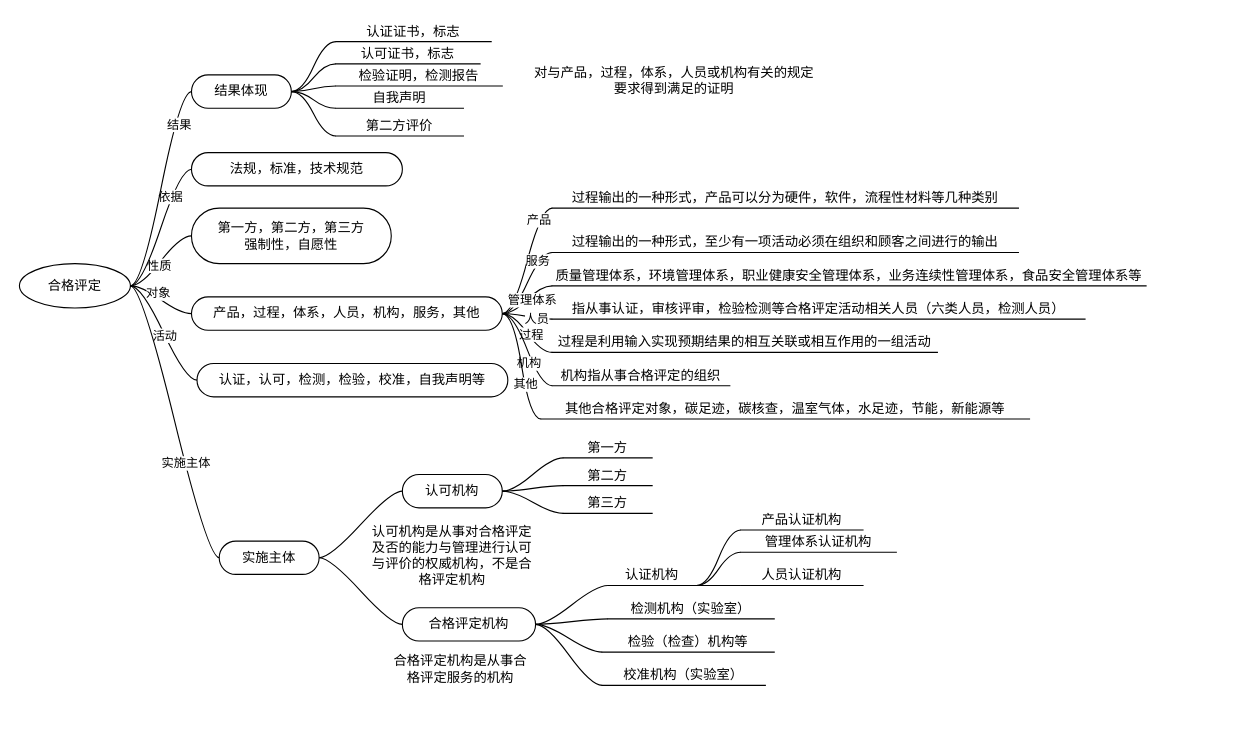
Earlier version of the draw.io diagram 合格评定.drawio (f23505106/drawio). Source tidied: cells renumbered, new cells numbered last; positions are measured from the earlier drawing's top-left corner, leaving out a move shared by most shapes. Both pictures are drawn from the tidied source at 111%, with x=0, y=0 at pixel (19, 19).
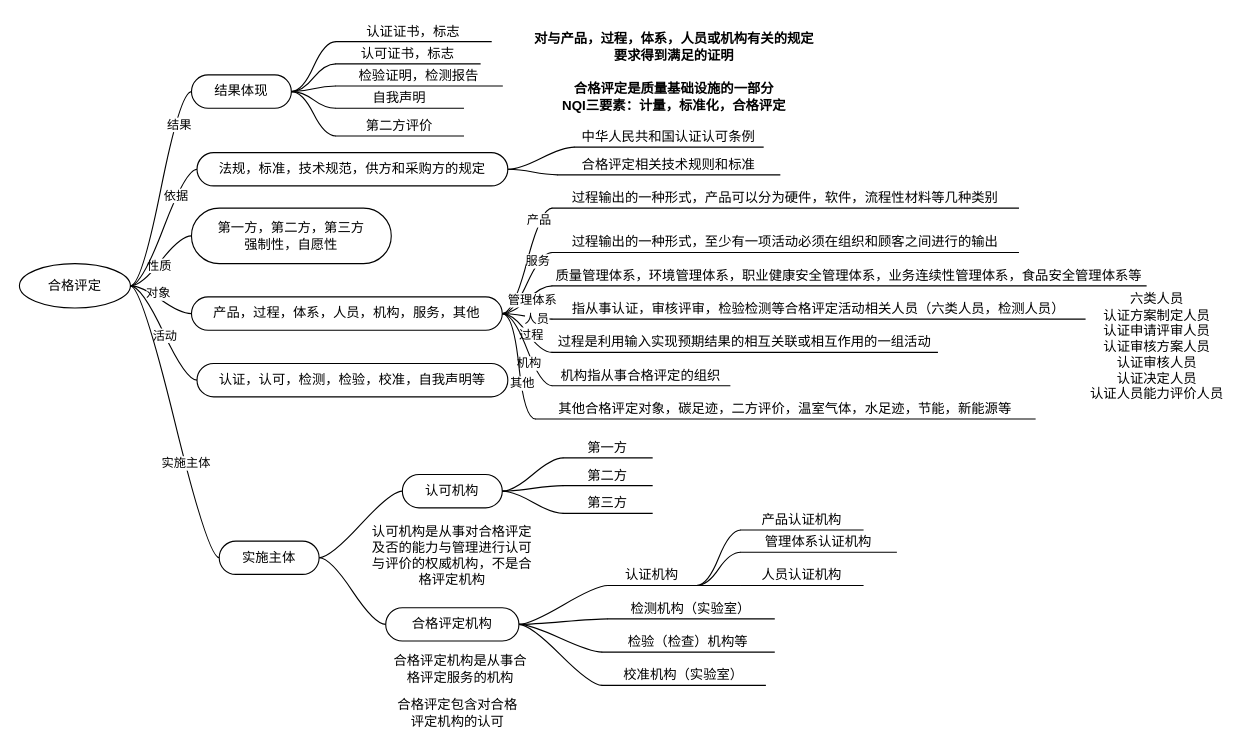
The same page after the edit.

The edit, as a diff of the source:
```diff
@@
-    <mxCell id="3" value="对与产品，过程，体系，人员或机构有关的规定要求得到满足的证明" style="text;html=1;strokeColor=none;fillColor=none;align=center;verticalAlign=middle;whiteSpace=wrap;rounded=0;" parent="1" vertex="1">
-      <mxGeometry x="460" y="40" width="260" height="30" as="geometry" />
+    <mxCell id="3" value="对与产品，过程，体系，人员或机构有关的规定要求得到满足的证明" style="text;html=1;strokeColor=none;fillColor=none;align=center;verticalAlign=middle;whiteSpace=wrap;rounded=0;fontStyle=1;" parent="1" vertex="1">
+      <mxGeometry x="460" y="10" width="260" height="30" as="geometry" />
     </mxCell>
@@
-    <mxCell id="28" value="其他合格评定对象，碳足迹，碳核查，温室气体，水足迹，节能，新能源等" style="whiteSpace=wrap;html=1;shape=partialRectangle;top=0;left=0;bottom=1;right=0;points=[[0,1],[1,1]];fillColor=none;align=center;verticalAlign=bottom;routingCenterY=0.5;snapToPoint=1;newEdgeStyle={&quot;edgeStyle&quot;:&quot;entityRelationEdgeStyle&quot;,&quot;startArrow&quot;:&quot;none&quot;,&quot;endArrow&quot;:&quot;none&quot;,&quot;segment&quot;:10,&quot;curved&quot;:1,&quot;sourcePerimeterSpacing&quot;:0,&quot;targetPerimeterSpacing&quot;:0};" parent="1" vertex="1">
-      <mxGeometry x="470" y="330" width="440" height="30" as="geometry" />
+    <mxCell id="28" value="其他合格评定对象，碳足迹，二方评价，温室气体，水足迹，节能，新能源等" style="whiteSpace=wrap;html=1;shape=partialRectangle;top=0;left=0;bottom=1;right=0;points=[[0,1],[1,1]];fillColor=none;align=center;verticalAlign=bottom;routingCenterY=0.5;snapToPoint=1;newEdgeStyle={&quot;edgeStyle&quot;:&quot;entityRelationEdgeStyle&quot;,&quot;startArrow&quot;:&quot;none&quot;,&quot;endArrow&quot;:&quot;none&quot;,&quot;segment&quot;:10,&quot;curved&quot;:1,&quot;sourcePerimeterSpacing&quot;:0,&quot;targetPerimeterSpacing&quot;:0};" parent="1" vertex="1">
+      <mxGeometry x="465" y="330" width="450" height="30" as="geometry" />
     </mxCell>
@@
-    <mxCell id="43" value="法规，标准，技术规范" style="whiteSpace=wrap;html=1;rounded=1;arcSize=50;align=center;verticalAlign=middle;strokeWidth=1;spacing=4;newEdgeStyle={&quot;edgeStyle&quot;:&quot;entityRelationEdgeStyle&quot;,&quot;startArrow&quot;:&quot;none&quot;,&quot;endArrow&quot;:&quot;none&quot;,&quot;segment&quot;:10,&quot;curved&quot;:1,&quot;sourcePerimeterSpacing&quot;:0,&quot;targetPerimeterSpacing&quot;:0};" parent="1" vertex="1">
-      <mxGeometry x="155" y="120" width="190" height="30" as="geometry" />
+    <mxCell id="43" value="法规，标准，技术规范，供方和采购方的规定" style="whiteSpace=wrap;html=1;rounded=1;arcSize=50;align=center;verticalAlign=middle;strokeWidth=1;spacing=4;newEdgeStyle={&quot;edgeStyle&quot;:&quot;entityRelationEdgeStyle&quot;,&quot;startArrow&quot;:&quot;none&quot;,&quot;endArrow&quot;:&quot;none&quot;,&quot;segment&quot;:10,&quot;curved&quot;:1,&quot;sourcePerimeterSpacing&quot;:0,&quot;targetPerimeterSpacing&quot;:0};" parent="1" vertex="1">
+      <mxGeometry x="160" y="120" width="280" height="30" as="geometry" />
     </mxCell>
@@
     <mxCell id="59" value="合格评定机构" style="whiteSpace=wrap;html=1;rounded=1;arcSize=50;align=center;verticalAlign=middle;strokeWidth=1;spacing=4;newEdgeStyle={&quot;edgeStyle&quot;:&quot;entityRelationEdgeStyle&quot;,&quot;startArrow&quot;:&quot;none&quot;,&quot;endArrow&quot;:&quot;none&quot;,&quot;segment&quot;:10,&quot;curved&quot;:1,&quot;sourcePerimeterSpacing&quot;:0,&quot;targetPerimeterSpacing&quot;:0};" parent="1" vertex="1">
-      <mxGeometry x="345" y="530" width="120" height="30" as="geometry" />
+      <mxGeometry x="330" y="530" width="120" height="30" as="geometry" />
     </mxCell>
@@
+    <mxCell id="79" value="合格评定是质量基础设施的一部分&lt;br&gt;NQI三要素：计量，标准化，合格评定" style="text;html=1;strokeColor=none;fillColor=none;align=center;verticalAlign=middle;whiteSpace=wrap;rounded=0;fontStyle=1;" parent="1" vertex="1">
+      <mxGeometry x="480" y="55" width="220" height="30" as="geometry" />
+    </mxCell>
+    <mxCell id="80" value="合格评定包含对合格评定机构的认可" style="text;html=1;strokeColor=none;fillColor=none;align=center;verticalAlign=middle;whiteSpace=wrap;rounded=0;" parent="1" vertex="1">
+      <mxGeometry x="335" y="610" width="120" height="30" as="geometry" />
+    </mxCell>
+    <mxCell id="81" value="六类人员&lt;br&gt;认证方案制定人员&lt;br&gt;认证申请评审人员&lt;br&gt;认证审核方案人员&lt;br&gt;认证审核人员&lt;br&gt;认证决定人员&lt;br&gt;认证人员能力评价人员" style="text;html=1;strokeColor=none;fillColor=none;align=center;verticalAlign=middle;whiteSpace=wrap;rounded=0;" parent="1" vertex="1">
+      <mxGeometry x="960" y="250" width="130" height="90" as="geometry" />
+    </mxCell>
+    <mxCell id="82" value="中华人民共和国认证认可条例" style="whiteSpace=wrap;html=1;shape=partialRectangle;top=0;left=0;bottom=1;right=0;points=[[0,1],[1,1]];fillColor=none;align=center;verticalAlign=bottom;routingCenterY=0.5;snapToPoint=1;newEdgeStyle={&quot;edgeStyle&quot;:&quot;entityRelationEdgeStyle&quot;,&quot;startArrow&quot;:&quot;none&quot;,&quot;endArrow&quot;:&quot;none&quot;,&quot;segment&quot;:10,&quot;curved&quot;:1,&quot;sourcePerimeterSpacing&quot;:0,&quot;targetPerimeterSpacing&quot;:0};" parent="1" vertex="1">
+      <mxGeometry x="500" y="85" width="170" height="30" as="geometry" />
+    </mxCell>
+    <mxCell id="83" style="edgeStyle=entityRelationEdgeStyle;startArrow=none;endArrow=none;segment=10;curved=1;sourcePerimeterSpacing=0;targetPerimeterSpacing=0;rounded=0;exitX=1;exitY=0.5;exitDx=0;exitDy=0;" parent="1" edge="1" source="43" target="82">
+      <mxGeometry relative="1" as="geometry" />
+    </mxCell>
+    <mxCell id="84" value="合格评定相关技术规则和标准" style="whiteSpace=wrap;html=1;shape=partialRectangle;top=0;left=0;bottom=1;right=0;points=[[0,1],[1,1]];fillColor=none;align=center;verticalAlign=bottom;routingCenterY=0.5;snapToPoint=1;newEdgeStyle={&quot;edgeStyle&quot;:&quot;entityRelationEdgeStyle&quot;,&quot;startArrow&quot;:&quot;none&quot;,&quot;endArrow&quot;:&quot;none&quot;,&quot;segment&quot;:10,&quot;curved&quot;:1,&quot;sourcePerimeterSpacing&quot;:0,&quot;targetPerimeterSpacing&quot;:0};" parent="1" vertex="1">
+      <mxGeometry x="485" y="120" width="200" height="20" as="geometry" />
+    </mxCell>
+    <mxCell id="85" style="edgeStyle=entityRelationEdgeStyle;startArrow=none;endArrow=none;segment=10;curved=1;sourcePerimeterSpacing=0;targetPerimeterSpacing=0;rounded=0;exitX=1;exitY=0.5;exitDx=0;exitDy=0;" parent="1" edge="1" source="43" target="84">
+      <mxGeometry relative="1" as="geometry" />
+    </mxCell>
```
